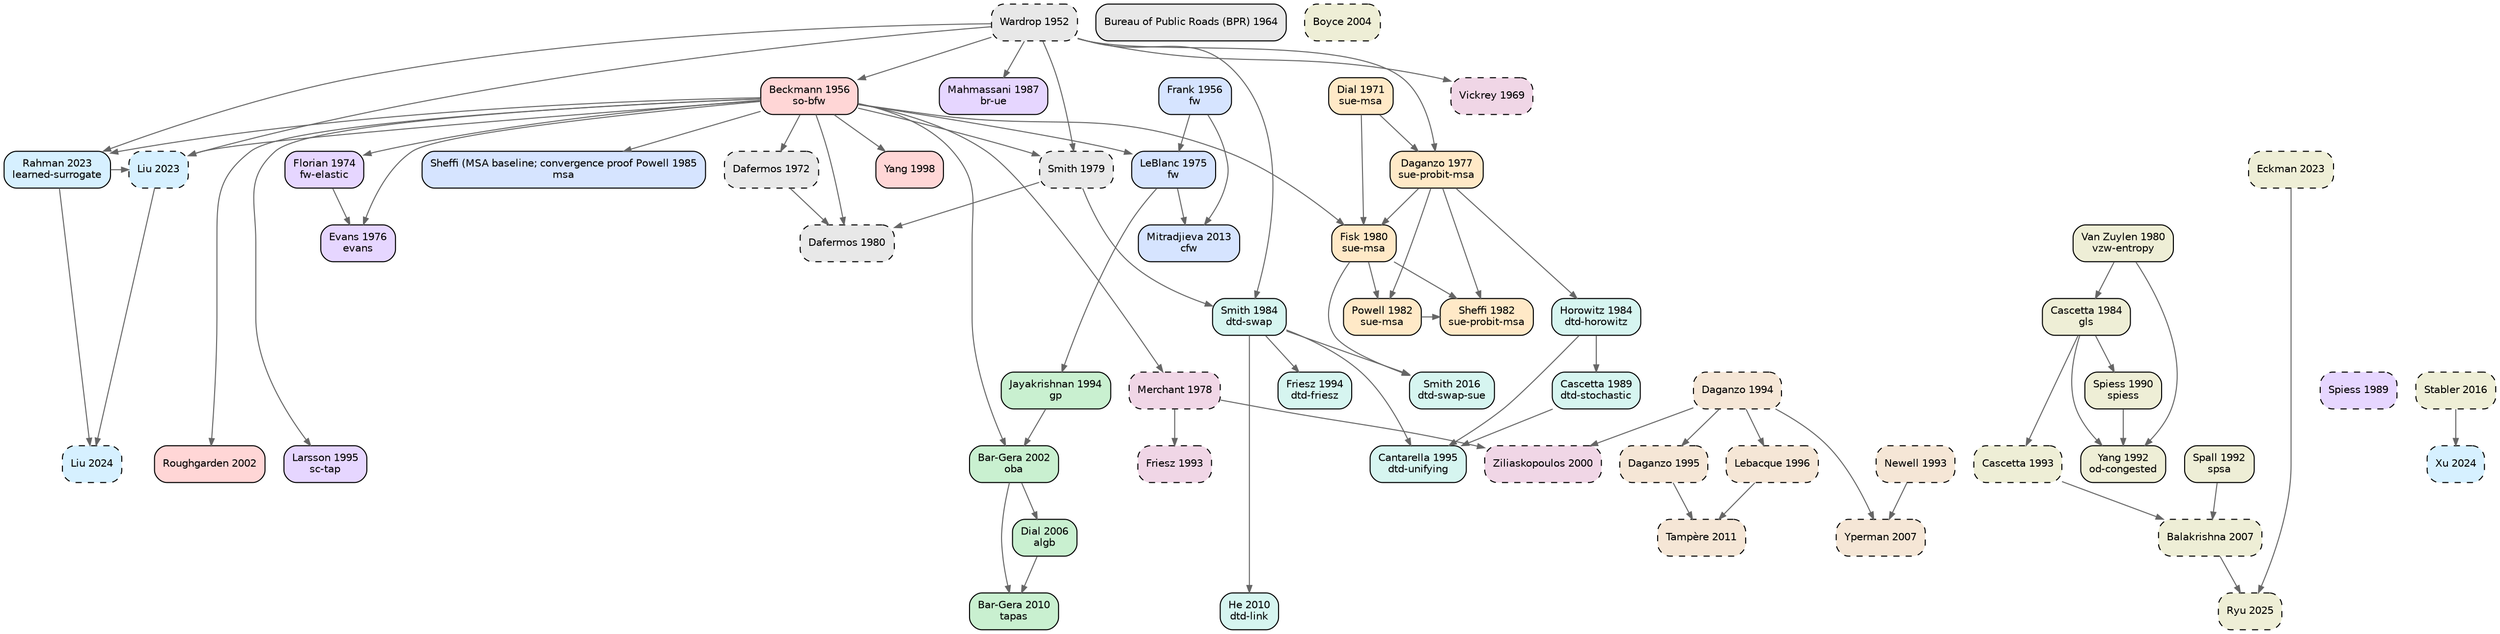
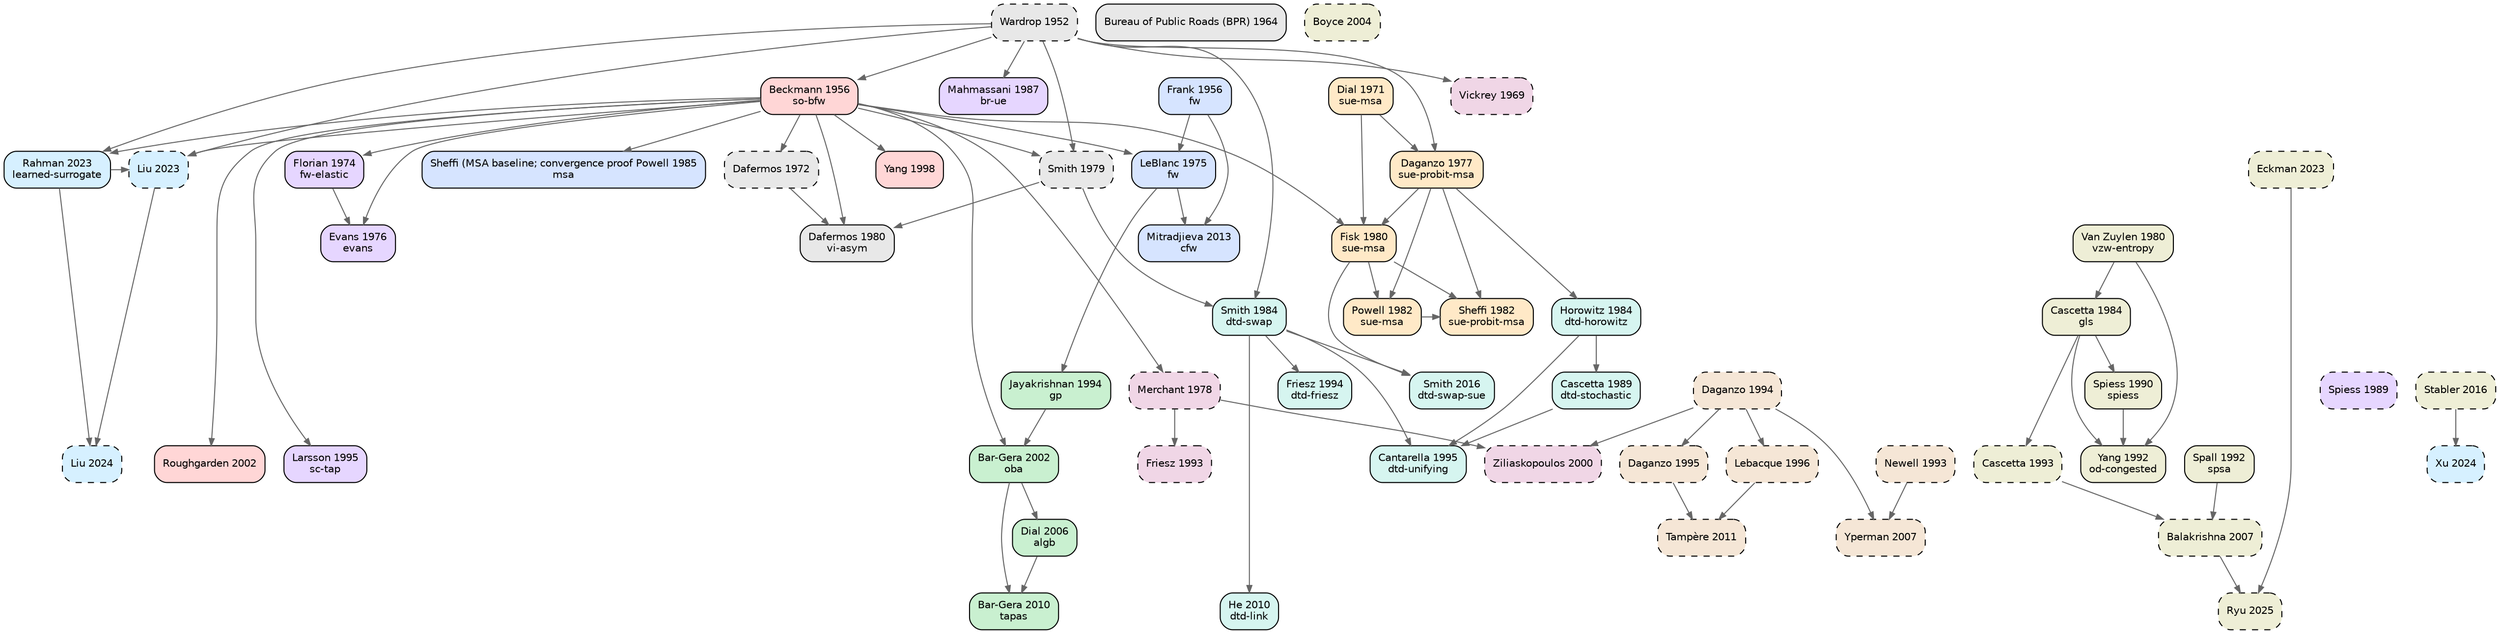
digraph TA_evolution {
  rankdir=TB; node [shape=box,style="rounded,filled",fontname="Helvetica",fontsize=10];
  edge [color="#666666",arrowsize=0.7];
  { rank=same; "wardrop1952some" }
  { rank=same; "frank1956algorithm" "beckmann1956studies" }
  { rank=same; "bpr1964traffic" }
  { rank=same; "vickrey1969congestion" }
  { rank=same; "dial1971probabilistic" }
  { rank=same; "dafermos1972traffic" }
  { rank=same; "florian1974method" }
  { rank=same; "leblanc1975efficient" }
  { rank=same; "evans1976derivation" }
  { rank=same; "daganzo1977stochastic" }
  { rank=same; "merchant1978model" }
  { rank=same; "smith1979existence" }
  { rank=same; "dafermos1980traffic" "fisk1980some" "vanzuylen1980most" }
  { rank=same; "powell1982convergence" "sheffi1982algorithm" }
  { rank=same; "horowitz1984stability" "smith1984stability" "cascetta1984estimation" }
  { rank=same; "sheffi1985urban" }
  { rank=same; "mahmassani1987on" }
  { rank=same; "spiess1989optimal" "cascetta1989stochastic" }
  { rank=same; "spiess1990gradient" }
  { rank=same; "spall1992multivariate" "yang1992estimation" }
  { rank=same; "newell1993simplified" "friesz1993variational" "cascetta1993dynamic" }
  { rank=same; "jayakrishnan1994faster" "friesz1994daytoday" "daganzo1994cell" }
  { rank=same; "larsson1995augmented" "cantarella1995dynamic" "daganzo1995cell" }
  { rank=same; "lebacque1996godunov" }
  { rank=same; "yang1998principle" }
  { rank=same; "ziliaskopoulos2000linear" }
  { rank=same; "bargera2002origin" "roughgarden2002how" }
  { rank=same; "boyce2004convergence" }
  { rank=same; "dial2006path" }
  { rank=same; "yperman2007link" "balakrishna2007offline" }
  { rank=same; "bargera2010traffic" "he2010linkbased" }
  { rank=same; "tampere2011generic" }
  { rank=same; "mitradjieva2013stiff" }
  { rank=same; "smith2016routeswapping" "stabler2016transportation" }
  { rank=same; "liu2023end" "rahman2023data" "eckman2023simopt" }
  { rank=same; "liu2024end" "xu2024unified" }
  { rank=same; "ryu2025bo4mob" }
  "wardrop1952some" [label="Wardrop 1952\n",fillcolor="#e8e8e8",style="rounded,filled,dashed"];
  "bpr1964traffic" [label="Bureau of Public Roads (BPR) 1964\n",fillcolor="#e8e8e8",style="rounded,filled"];
  "dafermos1972traffic" [label="Dafermos 1972\n",fillcolor="#e8e8e8",style="rounded,filled,dashed"];
  "smith1979existence" [label="Smith 1979\n",fillcolor="#e8e8e8",style="rounded,filled,dashed"];
-   "dafermos1980traffic" [label="Dafermos 1980\n",fillcolor="#e8e8e8",style="rounded,filled,dashed"];
+   "dafermos1980traffic" [label="Dafermos 1980\nvi-asym",fillcolor="#e8e8e8",style="rounded,filled"];
  "frank1956algorithm" [label="Frank 1956\nfw",fillcolor="#d6e4ff",style="rounded,filled"];
  "leblanc1975efficient" [label="LeBlanc 1975\nfw",fillcolor="#d6e4ff",style="rounded,filled"];
  "sheffi1985urban" [label="Sheffi (MSA baseline; convergence proof Powell 1985\nmsa",fillcolor="#d6e4ff",style="rounded,filled"];
  "mitradjieva2013stiff" [label="Mitradjieva 2013\ncfw",fillcolor="#d6e4ff",style="rounded,filled"];
  "jayakrishnan1994faster" [label="Jayakrishnan 1994\ngp",fillcolor="#c9f0d0",style="rounded,filled"];
  "bargera2002origin" [label="Bar-Gera 2002\noba",fillcolor="#c9f0d0",style="rounded,filled"];
  "dial2006path" [label="Dial 2006\nalgb",fillcolor="#c9f0d0",style="rounded,filled"];
  "bargera2010traffic" [label="Bar-Gera 2010\ntapas",fillcolor="#c9f0d0",style="rounded,filled"];
  "dial1971probabilistic" [label="Dial 1971\nsue-msa",fillcolor="#ffe9c7",style="rounded,filled"];
  "daganzo1977stochastic" [label="Daganzo 1977\nsue-probit-msa",fillcolor="#ffe9c7",style="rounded,filled"];
  "fisk1980some" [label="Fisk 1980\nsue-msa",fillcolor="#ffe9c7",style="rounded,filled"];
  "powell1982convergence" [label="Powell 1982\nsue-msa",fillcolor="#ffe9c7",style="rounded,filled"];
  "sheffi1982algorithm" [label="Sheffi 1982\nsue-probit-msa",fillcolor="#ffe9c7",style="rounded,filled"];
  "beckmann1956studies" [label="Beckmann 1956\nso-bfw",fillcolor="#ffd6d6",style="rounded,filled"];
  "yang1998principle" [label="Yang 1998\n",fillcolor="#ffd6d6",style="rounded,filled"];
  "roughgarden2002how" [label="Roughgarden 2002\n",fillcolor="#ffd6d6",style="rounded,filled"];
  "florian1974method" [label="Florian 1974\nfw-elastic",fillcolor="#e6d6ff",style="rounded,filled"];
  "evans1976derivation" [label="Evans 1976\nevans",fillcolor="#e6d6ff",style="rounded,filled"];
  "mahmassani1987on" [label="Mahmassani 1987\nbr-ue",fillcolor="#e6d6ff",style="rounded,filled"];
  "spiess1989optimal" [label="Spiess 1989\n",fillcolor="#e6d6ff",style="rounded,filled,dashed"];
  "larsson1995augmented" [label="Larsson 1995\nsc-tap",fillcolor="#e6d6ff",style="rounded,filled"];
  "horowitz1984stability" [label="Horowitz 1984\ndtd-horowitz",fillcolor="#d6f5f0",style="rounded,filled"];
  "smith1984stability" [label="Smith 1984\ndtd-swap",fillcolor="#d6f5f0",style="rounded,filled"];
  "cascetta1989stochastic" [label="Cascetta 1989\ndtd-stochastic",fillcolor="#d6f5f0",style="rounded,filled"];
  "friesz1994daytoday" [label="Friesz 1994\ndtd-friesz",fillcolor="#d6f5f0",style="rounded,filled"];
  "cantarella1995dynamic" [label="Cantarella 1995\ndtd-unifying",fillcolor="#d6f5f0",style="rounded,filled"];
  "he2010linkbased" [label="He 2010\ndtd-link",fillcolor="#d6f5f0",style="rounded,filled"];
  "smith2016routeswapping" [label="Smith 2016\ndtd-swap-sue",fillcolor="#d6f5f0",style="rounded,filled"];
  "newell1993simplified" [label="Newell 1993\n",fillcolor="#f5e6d6",style="rounded,filled,dashed"];
  "daganzo1994cell" [label="Daganzo 1994\n",fillcolor="#f5e6d6",style="rounded,filled,dashed"];
  "daganzo1995cell" [label="Daganzo 1995\n",fillcolor="#f5e6d6",style="rounded,filled,dashed"];
  "lebacque1996godunov" [label="Lebacque 1996\n",fillcolor="#f5e6d6",style="rounded,filled,dashed"];
  "yperman2007link" [label="Yperman 2007\n",fillcolor="#f5e6d6",style="rounded,filled,dashed"];
  "tampere2011generic" [label="Tampère 2011\n",fillcolor="#f5e6d6",style="rounded,filled,dashed"];
  "vickrey1969congestion" [label="Vickrey 1969\n",fillcolor="#f0d6e6",style="rounded,filled,dashed"];
  "merchant1978model" [label="Merchant 1978\n",fillcolor="#f0d6e6",style="rounded,filled,dashed"];
  "friesz1993variational" [label="Friesz 1993\n",fillcolor="#f0d6e6",style="rounded,filled,dashed"];
  "ziliaskopoulos2000linear" [label="Ziliaskopoulos 2000\n",fillcolor="#f0d6e6",style="rounded,filled,dashed"];
  "liu2023end" [label="Liu 2023\n",fillcolor="#d6f0ff",style="rounded,filled,dashed"];
  "rahman2023data" [label="Rahman 2023\nlearned-surrogate",fillcolor="#d6f0ff",style="rounded,filled"];
  "liu2024end" [label="Liu 2024\n",fillcolor="#d6f0ff",style="rounded,filled,dashed"];
  "xu2024unified" [label="Xu 2024\n",fillcolor="#d6f0ff",style="rounded,filled,dashed"];
  "vanzuylen1980most" [label="Van Zuylen 1980\nvzw-entropy",fillcolor="#eeeed6",style="rounded,filled"];
  "cascetta1984estimation" [label="Cascetta 1984\ngls",fillcolor="#eeeed6",style="rounded,filled"];
  "spiess1990gradient" [label="Spiess 1990\nspiess",fillcolor="#eeeed6",style="rounded,filled"];
  "spall1992multivariate" [label="Spall 1992\nspsa",fillcolor="#eeeed6",style="rounded,filled"];
  "yang1992estimation" [label="Yang 1992\nod-congested",fillcolor="#eeeed6",style="rounded,filled"];
  "cascetta1993dynamic" [label="Cascetta 1993\n",fillcolor="#eeeed6",style="rounded,filled,dashed"];
  "boyce2004convergence" [label="Boyce 2004\n",fillcolor="#eeeed6",style="rounded,filled,dashed"];
  "balakrishna2007offline" [label="Balakrishna 2007\n",fillcolor="#eeeed6",style="rounded,filled,dashed"];
  "stabler2016transportation" [label="Stabler 2016\n",fillcolor="#eeeed6",style="rounded,filled,dashed"];
  "eckman2023simopt" [label="Eckman 2023\n",fillcolor="#eeeed6",style="rounded,filled,dashed"];
  "ryu2025bo4mob" [label="Ryu 2025\n",fillcolor="#eeeed6",style="rounded,filled,dashed"];
  "beckmann1956studies" -> "dafermos1972traffic";
  "wardrop1952some" -> "smith1979existence";
  "beckmann1956studies" -> "smith1979existence";
  "smith1979existence" -> "dafermos1980traffic";
  "beckmann1956studies" -> "dafermos1980traffic";
  "dafermos1972traffic" -> "dafermos1980traffic";
  "frank1956algorithm" -> "leblanc1975efficient";
  "beckmann1956studies" -> "leblanc1975efficient";
  "beckmann1956studies" -> "sheffi1985urban";
  "leblanc1975efficient" -> "mitradjieva2013stiff";
  "frank1956algorithm" -> "mitradjieva2013stiff";
  "leblanc1975efficient" -> "jayakrishnan1994faster";
  "jayakrishnan1994faster" -> "bargera2002origin";
  "beckmann1956studies" -> "bargera2002origin";
  "bargera2002origin" -> "dial2006path";
  "dial2006path" -> "bargera2010traffic";
  "bargera2002origin" -> "bargera2010traffic";
  "dial1971probabilistic" -> "daganzo1977stochastic";
  "wardrop1952some" -> "daganzo1977stochastic";
  "daganzo1977stochastic" -> "fisk1980some";
  "dial1971probabilistic" -> "fisk1980some";
  "beckmann1956studies" -> "fisk1980some";
  "fisk1980some" -> "powell1982convergence";
  "daganzo1977stochastic" -> "powell1982convergence";
  "daganzo1977stochastic" -> "sheffi1982algorithm";
  "powell1982convergence" -> "sheffi1982algorithm";
  "fisk1980some" -> "sheffi1982algorithm";
  "wardrop1952some" -> "beckmann1956studies";
  "beckmann1956studies" -> "yang1998principle";
  "beckmann1956studies" -> "roughgarden2002how";
  "beckmann1956studies" -> "florian1974method";
  "beckmann1956studies" -> "evans1976derivation";
  "florian1974method" -> "evans1976derivation";
  "wardrop1952some" -> "mahmassani1987on";
  "beckmann1956studies" -> "larsson1995augmented";
  "daganzo1977stochastic" -> "horowitz1984stability";
  "smith1979existence" -> "smith1984stability";
  "wardrop1952some" -> "smith1984stability";
  "horowitz1984stability" -> "cascetta1989stochastic";
  "smith1984stability" -> "friesz1994daytoday";
  "cascetta1989stochastic" -> "cantarella1995dynamic";
  "smith1984stability" -> "cantarella1995dynamic";
  "horowitz1984stability" -> "cantarella1995dynamic";
  "smith1984stability" -> "he2010linkbased";
  "smith1984stability" -> "smith2016routeswapping";
  "fisk1980some" -> "smith2016routeswapping";
  "daganzo1994cell" -> "daganzo1995cell";
  "daganzo1994cell" -> "lebacque1996godunov";
  "newell1993simplified" -> "yperman2007link";
  "daganzo1994cell" -> "yperman2007link";
  "daganzo1995cell" -> "tampere2011generic";
  "lebacque1996godunov" -> "tampere2011generic";
  "wardrop1952some" -> "vickrey1969congestion";
  "beckmann1956studies" -> "merchant1978model";
  "merchant1978model" -> "friesz1993variational";
  "merchant1978model" -> "ziliaskopoulos2000linear";
  "daganzo1994cell" -> "ziliaskopoulos2000linear";
  "rahman2023data" -> "liu2023end";
  "beckmann1956studies" -> "liu2023end";
  "wardrop1952some" -> "liu2023end";
  "wardrop1952some" -> "rahman2023data";
  "beckmann1956studies" -> "rahman2023data";
  "rahman2023data" -> "liu2024end";
  "liu2023end" -> "liu2024end";
  "stabler2016transportation" -> "xu2024unified";
  "vanzuylen1980most" -> "cascetta1984estimation";
  "cascetta1984estimation" -> "spiess1990gradient";
  "cascetta1984estimation" -> "yang1992estimation";
  "spiess1990gradient" -> "yang1992estimation";
  "vanzuylen1980most" -> "yang1992estimation";
  "cascetta1984estimation" -> "cascetta1993dynamic";
  "spall1992multivariate" -> "balakrishna2007offline";
  "cascetta1993dynamic" -> "balakrishna2007offline";
  "eckman2023simopt" -> "ryu2025bo4mob";
  "balakrishna2007offline" -> "ryu2025bo4mob";
}
